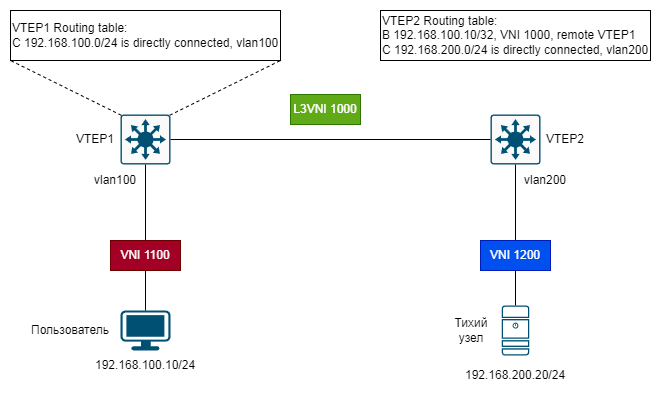
This is Homework/Final/attachments/rt5_silent_host.drawio.png from v435/OTUS_Data-center-network-design, a draw.io export, as it was before one commit. Source tidied: cells renumbered, new cells last; positions are measured from the earlier drawing's top-left corner, leaving out a move shared by most shapes.
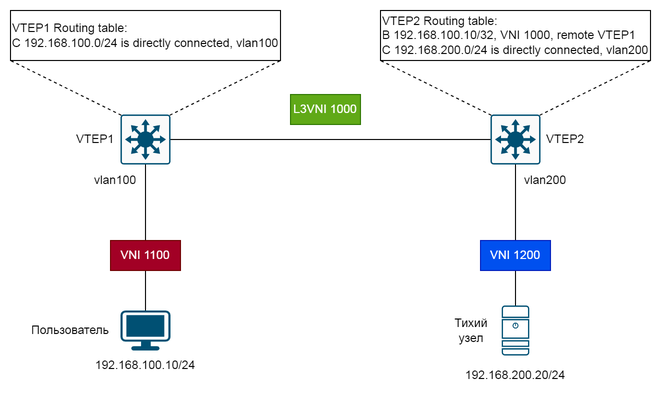
The same file after the commit.

What changed in the source:
```diff
@@ -68,5 +68,11 @@
     <mxCell id="23" value="192.168.100.10/24" style="text;strokeColor=none;align=center;fillColor=none;html=1;verticalAlign=middle;whiteSpace=wrap;rounded=0;" parent="1" vertex="1">
       <mxGeometry x="85" y="340" width="100" height="30" as="geometry" />
     </mxCell>
+    <mxCell id="24" style="endArrow=none;dashed=1;html=1;rounded=0;entryX=0;entryY=1;entryDx=0;entryDy=0;exitX=0.015;exitY=0.015;exitDx=0;exitDy=0;exitPerimeter=0;" parent="1" edge="1" source="3" target="20">
+      <mxGeometry relative="1" as="geometry" />
+    </mxCell>
+    <mxCell id="25" style="endArrow=none;dashed=1;html=1;rounded=0;entryX=1;entryY=1;entryDx=0;entryDy=0;exitX=0.985;exitY=0.015;exitDx=0;exitDy=0;exitPerimeter=0;" parent="1" edge="1" source="3" target="20">
+      <mxGeometry relative="1" as="geometry" />
+    </mxCell>
   </root>
 </mxGraphModel>
```
